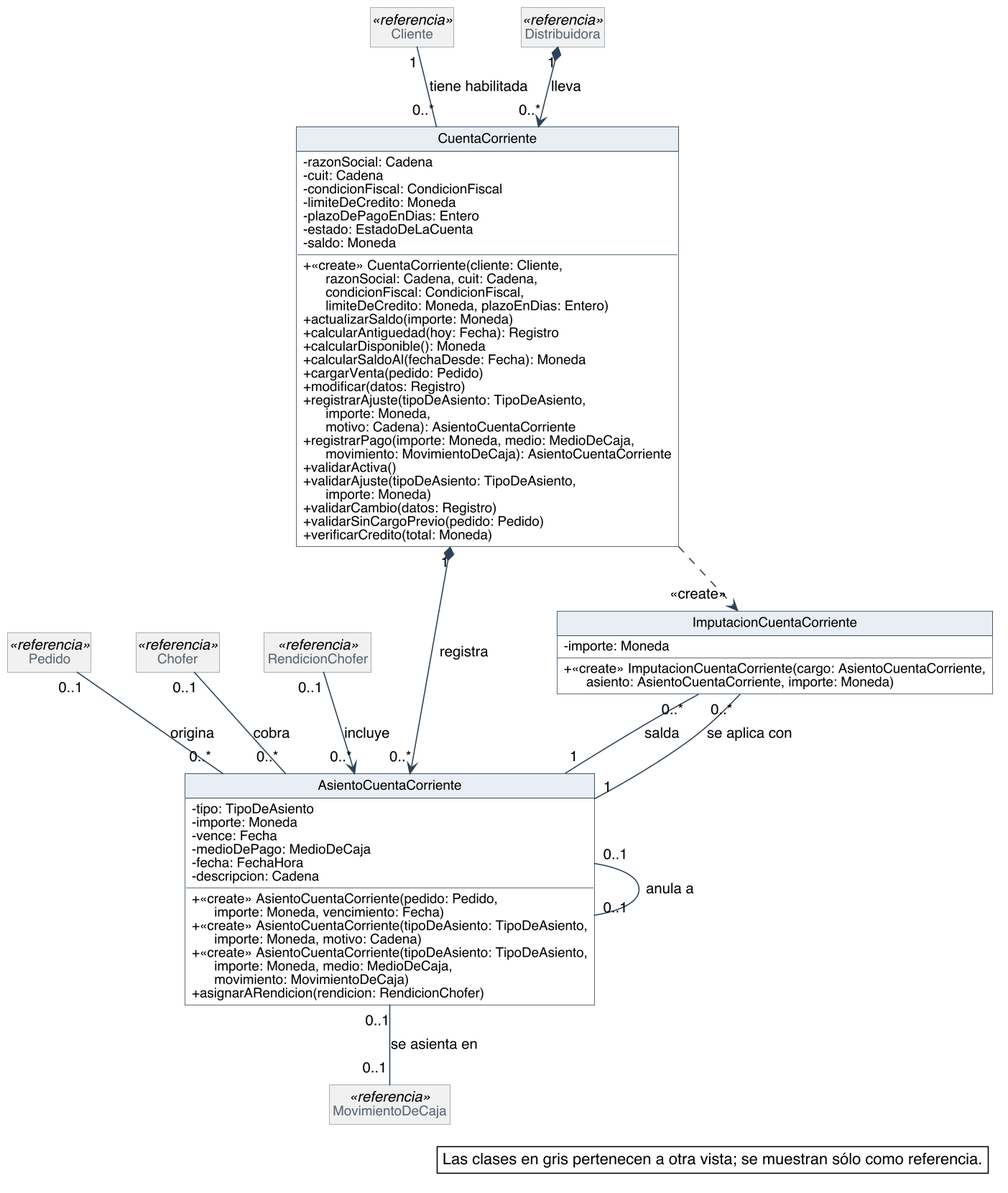
The PlantUML diagram diagramas/clases-diseno/DC_Cuentas-corrientes.png in Nahuelito-Dev/splg-docs, before a commit.
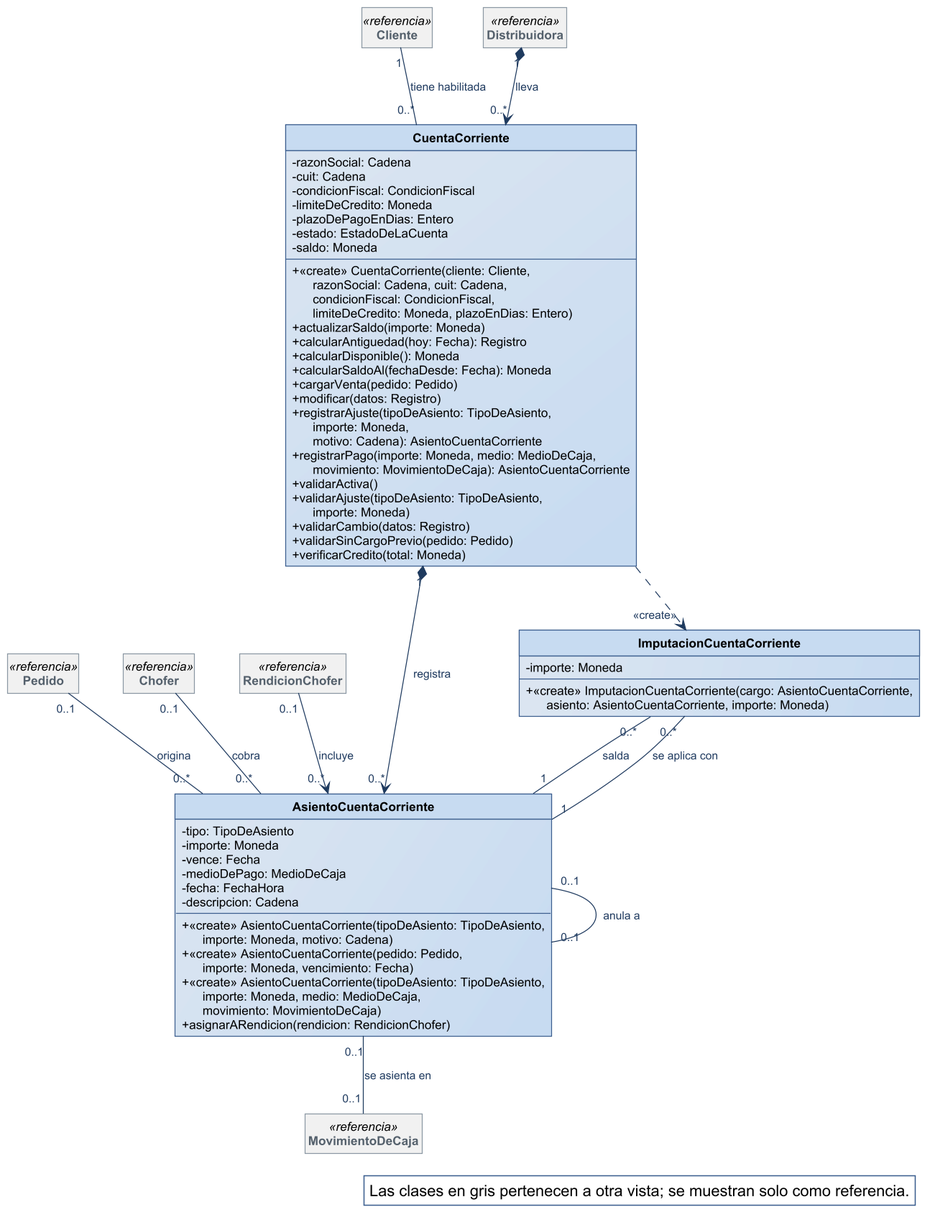
Later version of the same file.

The edit, as a diff of the source:
```diff
@@ -1,59 +1,29 @@
 @startuml
-skinparam backgroundColor #FFFFFF
-skinparam shadowing false
-skinparam defaultFontName Helvetica
-skinparam defaultFontSize 13
-skinparam dpi 150
+!include ../estilo-vp.iuml
 skinparam nodesep 40
 skinparam ranksep 55
-skinparam classAttributeIconSize 0
-skinparam roundCorner 0
 skinparam genericDisplay old
-skinparam class {
-  BorderColor #2C4257
-  BackgroundColor #FFFFFF
-  ArrowColor #2C4257
-  FontSize 14
-  AttributeFontSize 12
-  HeaderBackgroundColor #E8EEF3
-}
 skinparam class<<referencia>> {
   BackgroundColor #F1F1F1
   BorderColor #8A97A3
   FontColor #55616C
 }
 skinparam class<<fachada>> {
-  HeaderBackgroundColor #D6E4F0
+  HeaderBackgroundColor #B7CDE8
 }
 skinparam class<<controlador>> {
-  HeaderBackgroundColor #D6E4F0
+  HeaderBackgroundColor #B7CDE8
 }
 skinparam class<<fabricación pura>> {
-  HeaderBackgroundColor #F3E9CF
+  HeaderBackgroundColor #E4ECF6
 }
 skinparam class<<colección>> {
   HeaderBackgroundColor #E6E6E6
 }
 skinparam class<<adaptador>> {
-  HeaderBackgroundColor #DCEBDD
-}
-skinparam interface {
-  BorderColor #2C4257
-  BackgroundColor #FFFFFF
-  HeaderBackgroundColor #DCEBDD
-  FontSize 14
-  AttributeFontSize 12
-}
-skinparam note {
-  BackgroundColor #FFFFFF
-  BorderColor #2C4257
+  HeaderBackgroundColor #D5E3F3
 }
 skinparam packageStyle rectangle
-skinparam package {
-  BorderColor #8A97A3
-  FontSize 13
-  FontColor #55616C
-}
 hide circle
 hide empty members
 
@@ -87,8 +57,8 @@
   - medioDePago: MedioDeCaja
   - fecha: FechaHora
   - descripcion: Cadena
+  + «create» AsientoCuentaCorriente(tipoDeAsiento: TipoDeAsiento,\n      importe: Moneda, motivo: Cadena)
   + «create» AsientoCuentaCorriente(pedido: Pedido,\n      importe: Moneda, vencimiento: Fecha)
-  + «create» AsientoCuentaCorriente(tipoDeAsiento: TipoDeAsiento,\n      importe: Moneda, motivo: Cadena)
   + «create» AsientoCuentaCorriente(tipoDeAsiento: TipoDeAsiento,\n      importe: Moneda, medio: MedioDeCaja,\n      movimiento: MovimientoDeCaja)
   + asignarARendicion(rendicion: RendicionChofer)
 }
@@ -116,6 +86,6 @@
 CuentaCorriente ..> "<<create>>" ImputacionCuentaCorriente
 
 legend bottom right
-  Las clases en gris pertenecen a otra vista; se muestran sólo como referencia.
+  Las clases en gris pertenecen a otra vista; se muestran solo como referencia.
 endlegend
 @enduml
```
